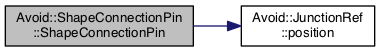
This is documentation/classAvoid_1_1ShapeConnectionPin_afa2e31949ff244bf4cacd996097867dd_cgraph.png from mjwybrow/adaptagrams, a Graphviz export, as it was before one commit. Its source is kept beside it as documentation/classAvoid_1_1ShapeConnectionPin_afa2e31949ff244bf4cacd996097867dd_cgraph.dot.
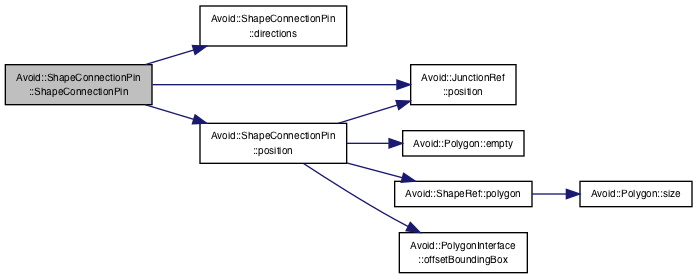
Later version of the same file.

The edit, as a diff of the source:
```diff
@@ -3,7 +3,20 @@
   edge [fontname="Helvetica",fontsize="10",labelfontname="Helvetica",labelfontsize="10"];
   node [fontname="Helvetica",fontsize="10",shape=record];
   rankdir="LR";
-  Node1 [label="Avoid::ShapeConnectionPin\l::ShapeConnectionPin",height=0.2,width=0.4,color="black", fillcolor="grey75", style="filled", fontcolor="black"];
-  Node1 -> Node2 [color="midnightblue",fontsize="10",style="solid",fontname="Helvetica"];
-  Node2 [label="Avoid::JunctionRef\l::position",height=0.2,width=0.4,color="black", fillcolor="white", style="filled",URL="$classAvoid_1_1JunctionRef.html#afaceb9ae01d3283636b188160fb1409b",tooltip="Returns the position of this junction. "];
+  Node9 [label="Avoid::ShapeConnectionPin\l::ShapeConnectionPin",height=0.2,width=0.4,color="black", fillcolor="grey75", style="filled", fontcolor="black"];
+  Node9 -> Node10 [color="midnightblue",fontsize="10",style="solid",fontname="Helvetica"];
+  Node10 [label="Avoid::ShapeConnectionPin\l::directions",height=0.2,width=0.4,color="black", fillcolor="white", style="filled",URL="$classAvoid_1_1ShapeConnectionPin.html#a3338c7b8187a973e12fa57d3156e8b96",tooltip="Returns the directions in which this connection pin has visibility. "];
+  Node9 -> Node11 [color="midnightblue",fontsize="10",style="solid",fontname="Helvetica"];
+  Node11 [label="Avoid::JunctionRef\l::position",height=0.2,width=0.4,color="black", fillcolor="white", style="filled",URL="$classAvoid_1_1JunctionRef.html#af66cab7216d077ac124674c7c5f08e05",tooltip="Returns the position of this junction. "];
+  Node9 -> Node12 [color="midnightblue",fontsize="10",style="solid",fontname="Helvetica"];
+  Node12 [label="Avoid::ShapeConnectionPin\l::position",height=0.2,width=0.4,color="black", fillcolor="white", style="filled",URL="$classAvoid_1_1ShapeConnectionPin.html#a68fb685af93fee972b116334b0d314fa",tooltip="Returns the position of this connection pin. "];
+  Node12 -> Node11 [color="midnightblue",fontsize="10",style="solid",fontname="Helvetica"];
+  Node12 -> Node13 [color="midnightblue",fontsize="10",style="solid",fontname="Helvetica"];
+  Node13 [label="Avoid::Polygon::empty",height=0.2,width=0.4,color="black", fillcolor="white", style="filled",URL="$classAvoid_1_1Polygon.html#a477d0e8e93509d7955d1f4b4ca0abb0d",tooltip="Returns true if this polygon is empty. "];
+  Node12 -> Node14 [color="midnightblue",fontsize="10",style="solid",fontname="Helvetica"];
+  Node14 [label="Avoid::ShapeRef::polygon",height=0.2,width=0.4,color="black", fillcolor="white", style="filled",URL="$classAvoid_1_1ShapeRef.html#aa0a5e8382c7674933e09207bc6e47564",tooltip="Returns a reference to the polygon boundary of this shape. "];
+  Node14 -> Node15 [color="midnightblue",fontsize="10",style="solid",fontname="Helvetica"];
+  Node15 [label="Avoid::Polygon::size",height=0.2,width=0.4,color="black", fillcolor="white", style="filled",URL="$classAvoid_1_1Polygon.html#a2f9e9c8c78407eefbde944e663d9711e",tooltip="Returns the number of points in this polygon. "];
+  Node12 -> Node16 [color="midnightblue",fontsize="10",style="solid",fontname="Helvetica"];
+  Node16 [label="Avoid::PolygonInterface\l::offsetBoundingBox",height=0.2,width=0.4,color="black", fillcolor="white", style="filled",URL="$classAvoid_1_1PolygonInterface.html#af10740857ee9fd5f9dedfb71a9b42630",tooltip="Returns the bounding rectangle that contains this polygon with optionally some buffer space around it..."];
 }
```
